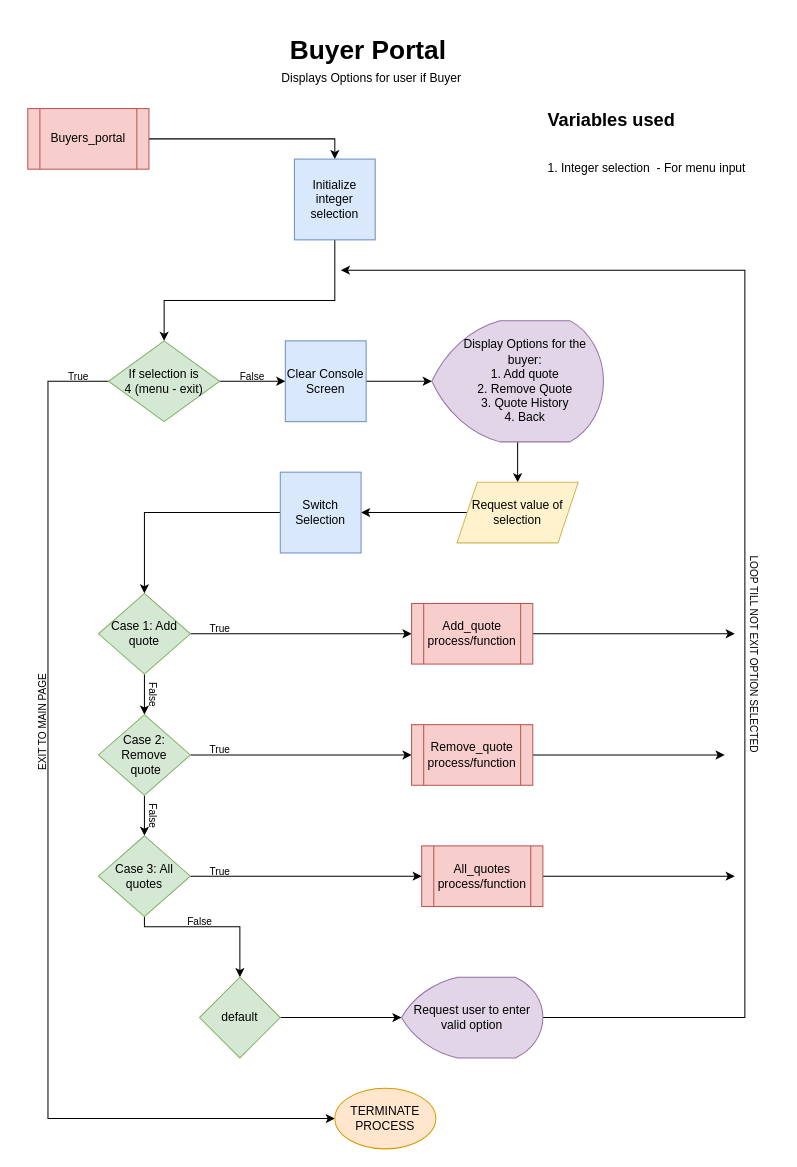
The draw.io diagram Flow Charts/7. Buyers_portal.drawio in dhruvbanerjee77/FARMHOUSE-A-Marketing-Portal, before the edit. Source tidied: cells renumbered, new cells numbered last; positions are measured from the earlier drawing's top-left corner, leaving out a move shared by most shapes. Both pictures are drawn from the tidied source at 101%, with x=0, y=0 at pixel (-18, 27).
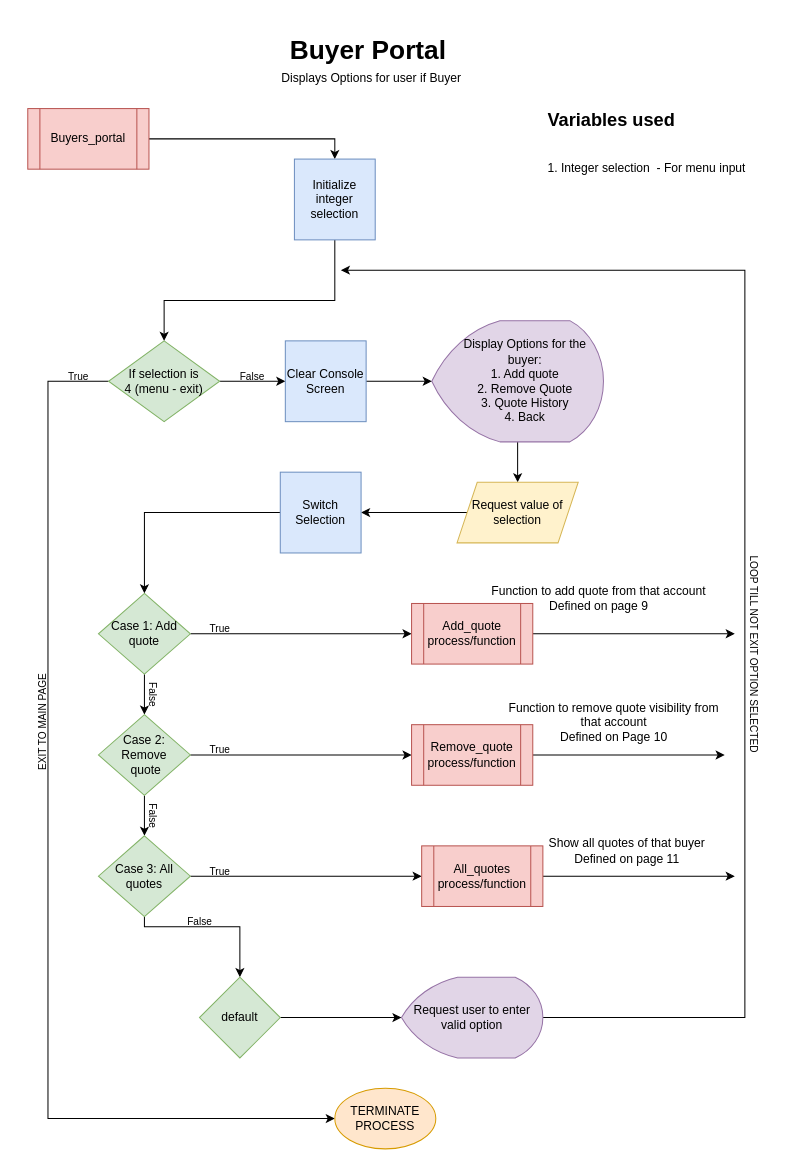
The same diagram, later.

Change to the diagram source:
```diff
@@
+    <mxCell id="50" value="Function to add quote from that account&lt;br&gt;Defined on page 9" style="text;html=1;align=center;verticalAlign=middle;" parent="1" vertex="1">
+      <mxGeometry x="495" y="550" width="230" height="30" as="geometry" />
+    </mxCell>
+    <mxCell id="51" value="Function to remove quote visibility from&lt;br&gt;that account&lt;br&gt;Defined on Page 10" style="text;html=1;align=center;verticalAlign=middle;" parent="1" vertex="1">
+      <mxGeometry x="515" y="663" width="220" height="50" as="geometry" />
+    </mxCell>
+    <mxCell id="52" value="Show all quotes of that buyer&lt;br&gt;Defined on page 11" style="text;html=1;align=center;verticalAlign=middle;" parent="1" vertex="1">
+      <mxGeometry x="553" y="800" width="170" height="30" as="geometry" />
+    </mxCell>
```
